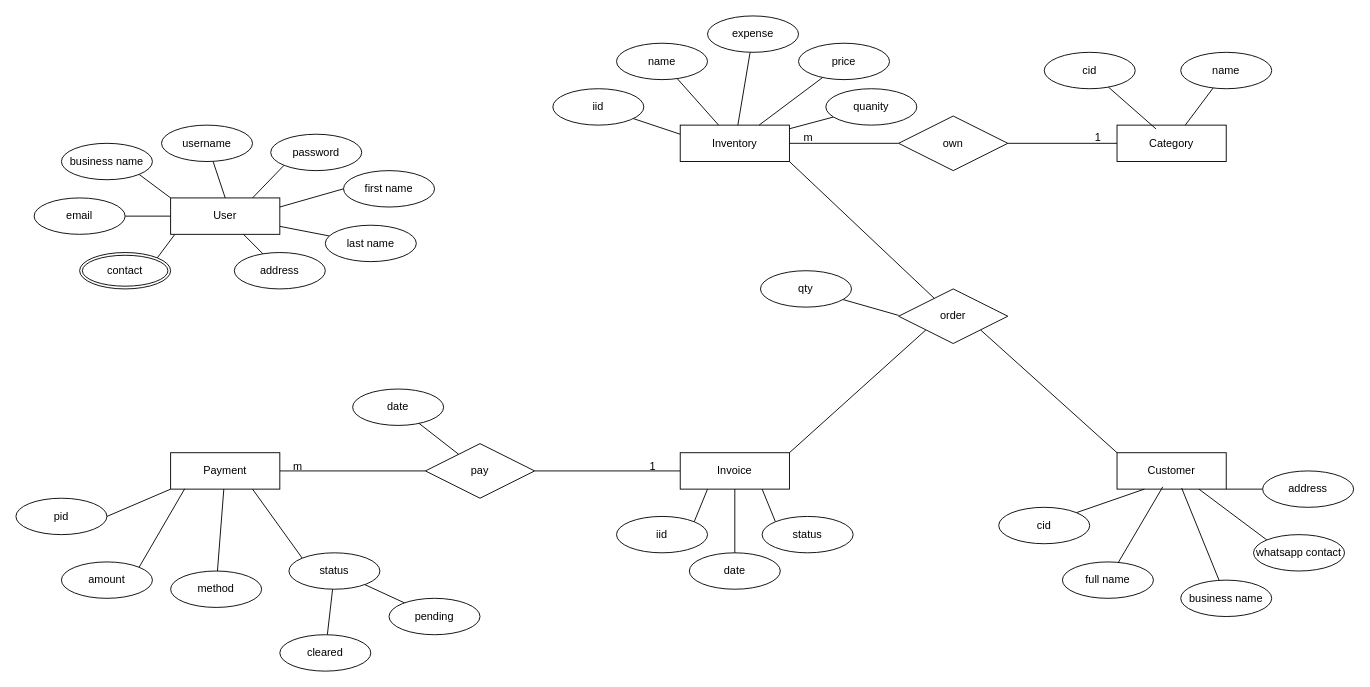
This is page "ER Diagram" (3 of 3) of design/sweet-shop-designs.dio from MR-FARVEES/sweet-shop, a draw.io file, before an edit. Source tidied: cells renumbered, new cells numbered last; positions are measured from the earlier drawing's top-left corner, leaving out a move shared by most shapes. Both pictures are drawn from the tidied source at 91%, with x=0, y=0 at pixel (15, 15).
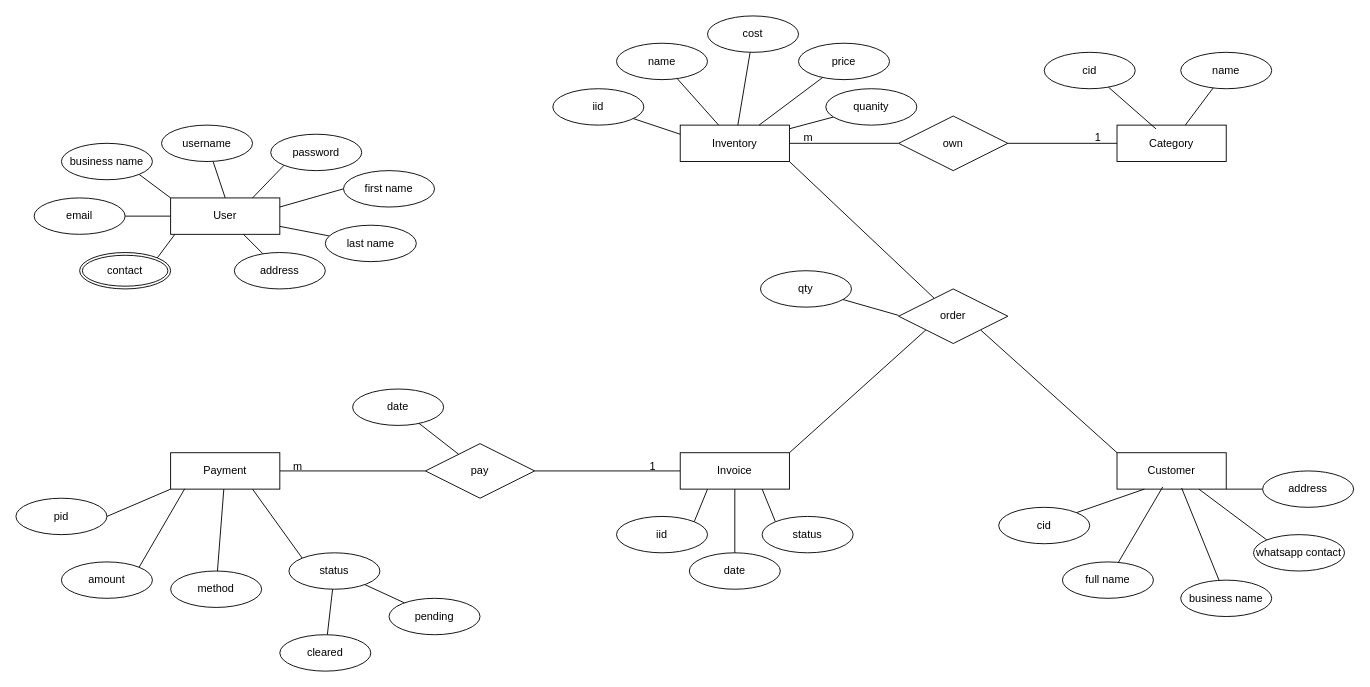
Above is the later version.

Commit message (it also covers changes not shown here):
create schema for others

Change to the diagram source:
```diff
@@
-    <mxCell id="41" value="expense" style="ellipse;whiteSpace=wrap;html=1;align=center;" parent="1" vertex="1">
+    <mxCell id="41" value="cost" style="ellipse;whiteSpace=wrap;html=1;align=center;" parent="1" vertex="1">
       <mxGeometry x="760" width="100" height="40" as="geometry" />
     </mxCell>
```
